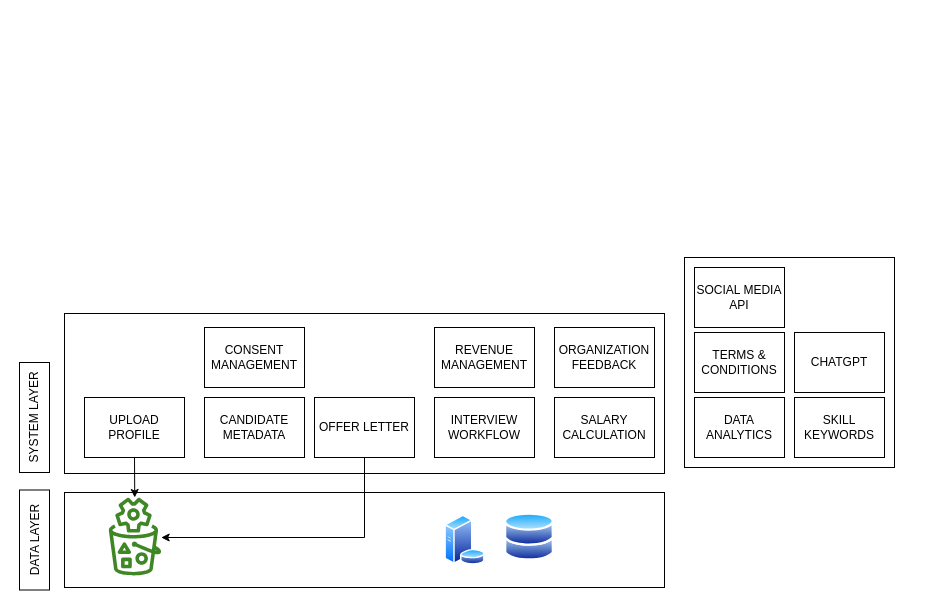
Above: src/main/resources/interview_workflow.drawio in arijit-chaudhury/demo (draw.io), before the change. Source tidied: cells renumbered, new cells numbered last; positions are measured from the earlier drawing's top-left corner, leaving out a move shared by most shapes. Both pictures are drawn from the tidied source at 100%, with x=0, y=0 at pixel (-21, 257).
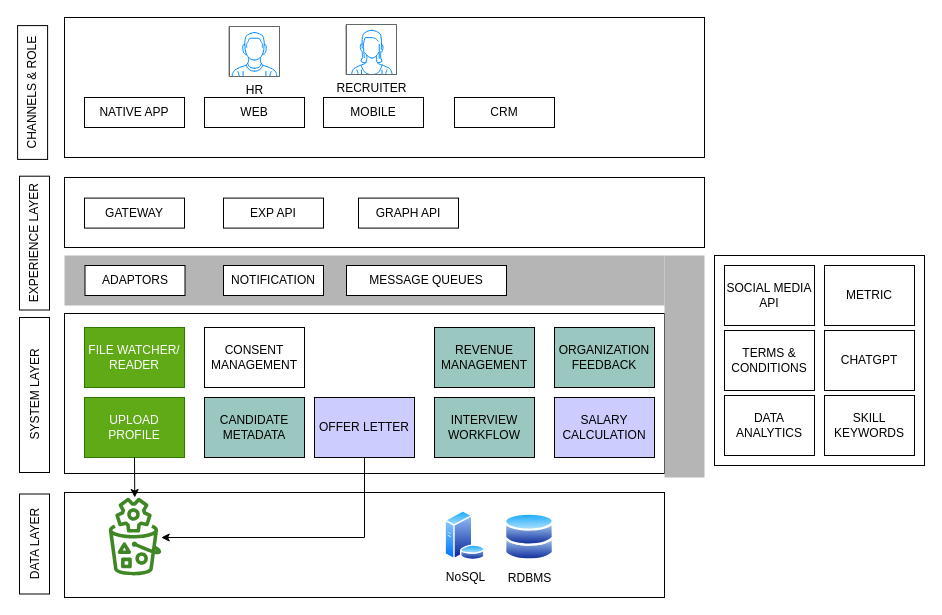
Above is the later version.

What changed in the source:
```diff
@@
     <mxCell id="2" style="rounded=0;whiteSpace=wrap;html=1;fillColor=none;" parent="1" vertex="1">
-      <mxGeometry x="705" width="210" height="210" as="geometry" />
+      <mxGeometry x="735" y="-2" width="210" height="210" as="geometry" />
     </mxCell>
     <mxCell id="3" style="rounded=0;whiteSpace=wrap;html=1;fillColor=none;" parent="1" vertex="1">
-      <mxGeometry x="85" y="235" width="600" height="95" as="geometry" />
+      <mxGeometry x="85" y="235" width="600" height="105" as="geometry" />
     </mxCell>
@@
     <mxCell id="5" value="SYSTEM LAYER" style="rounded=0;whiteSpace=wrap;html=1;rotation=-90;" parent="1" vertex="1">
-      <mxGeometry y="145" width="110" height="30" as="geometry" />
+      <mxGeometry x="-22.5" y="122.5" width="155" height="30" as="geometry" />
     </mxCell>
-    <mxCell id="6" value="UPLOAD PROFILE" style="rounded=0;whiteSpace=wrap;html=1;" parent="1" vertex="1">
+    <mxCell id="6" value="UPLOAD PROFILE" style="rounded=0;whiteSpace=wrap;html=1;fillColor=#60a917;fontColor=#ffffff;strokeColor=#2D7600;" parent="1" vertex="1">
       <mxGeometry x="105" y="140" width="100" height="60" as="geometry" />
     </mxCell>
@@
-    <mxCell id="9" value="INTERVIEW WORKFLOW" style="rounded=0;whiteSpace=wrap;html=1;" parent="1" vertex="1">
+    <mxCell id="9" value="&lt;span style=&quot;background-color: rgb(154, 199, 191);&quot;&gt;INTERVIEW WORKFLOW&lt;/span&gt;" style="rounded=0;whiteSpace=wrap;html=1;fillColor=#9AC7BF;" parent="1" vertex="1">
       <mxGeometry x="455" y="140" width="100" height="60" as="geometry" />
     </mxCell>
@@
-    <mxCell id="11" value="OFFER LETTER" style="rounded=0;whiteSpace=wrap;html=1;" parent="1" vertex="1">
+    <mxCell id="11" value="OFFER LETTER" style="rounded=0;whiteSpace=wrap;html=1;fillColor=#CCCCFF;" parent="1" vertex="1">
       <mxGeometry x="335" y="140" width="100" height="60" as="geometry" />
     </mxCell>
-    <mxCell id="12" value="SALARY CALCULATION" style="rounded=0;whiteSpace=wrap;html=1;" parent="1" vertex="1">
+    <mxCell id="12" value="SALARY CALCULATION" style="rounded=0;whiteSpace=wrap;html=1;fillColor=#CCCCFF;" parent="1" vertex="1">
       <mxGeometry x="575" y="140" width="100" height="60" as="geometry" />
     </mxCell>
-    <mxCell id="13" style="image;perimeter=ellipsePerimeter;html=1;align=center;shadow=0;dashed=0;spacingTop=3;image=img/lib/active_directory/database_server.svg;" parent="1" vertex="1">
-      <mxGeometry x="465" y="257.5" width="41" height="50" as="geometry" />
+    <mxCell id="13" value="NoSQL" style="image;perimeter=ellipsePerimeter;html=1;align=center;shadow=0;dashed=0;spacingTop=3;image=img/lib/active_directory/database_server.svg;" parent="1" vertex="1">
+      <mxGeometry x="465" y="253" width="41" height="50" as="geometry" />
     </mxCell>
-    <mxCell id="14" style="image;perimeter=ellipsePerimeter;html=1;align=center;shadow=0;dashed=0;spacingTop=3;image=img/lib/active_directory/databases.svg;" parent="1" vertex="1">
+    <mxCell id="14" value="RDBMS" style="image;perimeter=ellipsePerimeter;html=1;align=center;shadow=0;dashed=0;spacingTop=3;image=img/lib/active_directory/databases.svg;" parent="1" vertex="1">
       <mxGeometry x="525" y="255" width="50" height="49" as="geometry" />
     </mxCell>
     <mxCell id="15" value="DATA LAYER" style="rounded=0;whiteSpace=wrap;html=1;rotation=-90;" parent="1" vertex="1">
-      <mxGeometry x="5" y="267.5" width="100" height="30" as="geometry" />
+      <mxGeometry x="5" y="271.5" width="100" height="30" as="geometry" />
     </mxCell>
     <mxCell id="16" value="DATA ANALYTICS" style="rounded=0;whiteSpace=wrap;html=1;" parent="1" vertex="1">
-      <mxGeometry x="715" y="140" width="90" height="60" as="geometry" />
+      <mxGeometry x="745" y="138" width="90" height="60" as="geometry" />
     </mxCell>
     <mxCell id="17" value="SKILL KEYWORDS" style="rounded=0;whiteSpace=wrap;html=1;" parent="1" vertex="1">
-      <mxGeometry x="815" y="140" width="90" height="60" as="geometry" />
+      <mxGeometry x="845" y="138" width="90" height="60" as="geometry" />
     </mxCell>
     <mxCell id="18" value="TERMS &amp;amp; CONDITIONS" style="rounded=0;whiteSpace=wrap;html=1;" parent="1" vertex="1">
-      <mxGeometry x="715" y="75" width="90" height="60" as="geometry" />
+      <mxGeometry x="745" y="73" width="90" height="60" as="geometry" />
     </mxCell>
-    <mxCell id="19" value="CANDIDATE METADATA" style="rounded=0;whiteSpace=wrap;html=1;" parent="1" vertex="1">
+    <mxCell id="19" value="CANDIDATE METADATA" style="rounded=0;whiteSpace=wrap;html=1;fillColor=#9AC7BF;" parent="1" vertex="1">
       <mxGeometry x="225" y="140" width="100" height="60" as="geometry" />
     </mxCell>
     <mxCell id="20" value="SOCIAL MEDIA API" style="rounded=0;whiteSpace=wrap;html=1;" parent="1" vertex="1">
-      <mxGeometry x="715" y="10" width="90" height="60" as="geometry" />
+      <mxGeometry x="745" y="8" width="90" height="60" as="geometry" />
     </mxCell>
@@
     <mxCell id="22" value="CHATGPT" style="rounded=0;whiteSpace=wrap;html=1;" parent="1" vertex="1">
-      <mxGeometry x="815" y="75" width="90" height="60" as="geometry" />
+      <mxGeometry x="845" y="73" width="90" height="60" as="geometry" />
     </mxCell>
-    <mxCell id="23" value="ORGANIZATION FEEDBACK" style="rounded=0;whiteSpace=wrap;html=1;" parent="1" vertex="1">
+    <mxCell id="23" value="ORGANIZATION FEEDBACK" style="rounded=0;whiteSpace=wrap;html=1;fillColor=#9AC7BF;" parent="1" vertex="1">
       <mxGeometry x="575" y="70" width="100" height="60" as="geometry" />
     </mxCell>
-    <mxCell id="24" value="REVENUE MANAGEMENT" style="rounded=0;whiteSpace=wrap;html=1;" parent="1" vertex="1">
+    <mxCell id="24" value="REVENUE MANAGEMENT" style="rounded=0;whiteSpace=wrap;html=1;fillColor=#9AC7BF;" parent="1" vertex="1">
       <mxGeometry x="455" y="70" width="100" height="60" as="geometry" />
     </mxCell>
+    <mxCell id="25" style="rounded=0;whiteSpace=wrap;html=1;fillColor=#B5B5B5;strokeColor=none;" parent="1" vertex="1">
+      <mxGeometry x="85" y="-2" width="600" height="50" as="geometry" />
+    </mxCell>
+    <mxCell id="26" value="FILE WATCHER/ READER" style="rounded=0;whiteSpace=wrap;html=1;fillColor=#60a917;fontColor=#ffffff;strokeColor=#2D7600;" parent="1" vertex="1">
+      <mxGeometry x="105" y="70" width="100" height="60" as="geometry" />
+    </mxCell>
+    <mxCell id="27" value="METRIC" style="rounded=0;whiteSpace=wrap;html=1;" parent="1" vertex="1">
+      <mxGeometry x="845" y="8" width="90" height="60" as="geometry" />
+    </mxCell>
+    <mxCell id="28" value="&lt;font color=&quot;#000000&quot;&gt;ADAPTORS&lt;/font&gt;" style="rounded=0;whiteSpace=wrap;html=1;fillColor=#FFFFFF;fontColor=#ffffff;strokeColor=#000000;" parent="1" vertex="1">
+      <mxGeometry x="105.5" y="8" width="100" height="30" as="geometry" />
+    </mxCell>
+    <mxCell id="29" value="&lt;font color=&quot;#000000&quot;&gt;NOTIFICATION&lt;/font&gt;" style="rounded=0;whiteSpace=wrap;html=1;fillColor=#FFFFFF;fontColor=#ffffff;strokeColor=#000000;" parent="1" vertex="1">
+      <mxGeometry x="244" y="8" width="100" height="30" as="geometry" />
+    </mxCell>
+    <mxCell id="30" value="&lt;font color=&quot;#000000&quot;&gt;MESSAGE QUEUES&lt;/font&gt;" style="rounded=0;whiteSpace=wrap;html=1;fillColor=#FFFFFF;fontColor=#ffffff;strokeColor=#000000;" parent="1" vertex="1">
+      <mxGeometry x="367" y="8" width="160" height="30" as="geometry" />
+    </mxCell>
+    <mxCell id="31" style="rounded=0;whiteSpace=wrap;html=1;fillColor=#B5B5B5;strokeColor=none;" parent="1" vertex="1">
+      <mxGeometry x="685" y="-2" width="40" height="222" as="geometry" />
+    </mxCell>
+    <mxCell id="32" style="rounded=0;whiteSpace=wrap;html=1;fillColor=none;" parent="1" vertex="1">
+      <mxGeometry x="85" y="-80" width="640" height="70" as="geometry" />
+    </mxCell>
+    <mxCell id="33" value="EXPERIENCE LAYER" style="rounded=0;whiteSpace=wrap;html=1;rotation=-90;" parent="1" vertex="1">
+      <mxGeometry x="-11.9" y="-29.4" width="133.8" height="30" as="geometry" />
+    </mxCell>
+    <mxCell id="34" value="&lt;font color=&quot;#000000&quot;&gt;GATEWAY&lt;/font&gt;" style="rounded=0;whiteSpace=wrap;html=1;fillColor=#FFFFFF;fontColor=#ffffff;strokeColor=#000000;" parent="1" vertex="1">
+      <mxGeometry x="105" y="-59.4" width="100" height="30" as="geometry" />
+    </mxCell>
+    <mxCell id="35" value="&lt;font color=&quot;#000000&quot;&gt;EXP API&lt;/font&gt;" style="rounded=0;whiteSpace=wrap;html=1;fillColor=#FFFFFF;fontColor=#ffffff;strokeColor=#000000;" parent="1" vertex="1">
+      <mxGeometry x="244" y="-59.4" width="100" height="30" as="geometry" />
+    </mxCell>
+    <mxCell id="36" value="&lt;font color=&quot;#000000&quot;&gt;GRAPH API&lt;/font&gt;" style="rounded=0;whiteSpace=wrap;html=1;fillColor=#FFFFFF;fontColor=#ffffff;strokeColor=#000000;" parent="1" vertex="1">
+      <mxGeometry x="379" y="-59.4" width="100" height="30" as="geometry" />
+    </mxCell>
+    <mxCell id="37" style="rounded=0;whiteSpace=wrap;html=1;fillColor=none;" parent="1" vertex="1">
+      <mxGeometry x="85" y="-240" width="640" height="140" as="geometry" />
+    </mxCell>
+    <mxCell id="38" value="CHANNELS &amp;amp; ROLE" style="rounded=0;whiteSpace=wrap;html=1;rotation=-90;" parent="1" vertex="1">
+      <mxGeometry x="-13.8" y="-180" width="133.8" height="30" as="geometry" />
+    </mxCell>
+    <mxCell id="39" value="&lt;font color=&quot;#000000&quot;&gt;NATIVE APP&lt;/font&gt;" style="rounded=0;whiteSpace=wrap;html=1;fillColor=#FFFFFF;fontColor=#ffffff;strokeColor=#000000;" parent="1" vertex="1">
+      <mxGeometry x="105" y="-160" width="100" height="30" as="geometry" />
+    </mxCell>
+    <mxCell id="40" value="&lt;font color=&quot;#000000&quot;&gt;WEB&lt;/font&gt;" style="rounded=0;whiteSpace=wrap;html=1;fillColor=#FFFFFF;fontColor=#ffffff;strokeColor=#000000;" parent="1" vertex="1">
+      <mxGeometry x="225" y="-160" width="100" height="30" as="geometry" />
+    </mxCell>
+    <mxCell id="41" value="&lt;font color=&quot;#000000&quot;&gt;MOBILE&lt;/font&gt;" style="rounded=0;whiteSpace=wrap;html=1;fillColor=#FFFFFF;fontColor=#ffffff;strokeColor=#000000;" parent="1" vertex="1">
+      <mxGeometry x="344" y="-160" width="100" height="30" as="geometry" />
+    </mxCell>
+    <mxCell id="42" value="&lt;font color=&quot;#000000&quot;&gt;CRM&lt;/font&gt;" style="rounded=0;whiteSpace=wrap;html=1;fillColor=#FFFFFF;fontColor=#ffffff;strokeColor=#000000;" parent="1" vertex="1">
+      <mxGeometry x="475" y="-160" width="100" height="30" as="geometry" />
+    </mxCell>
+    <mxCell id="43" value="HR" style="verticalLabelPosition=bottom;shadow=0;dashed=0;align=center;html=1;verticalAlign=top;strokeWidth=1;shape=mxgraph.mockup.containers.userMale;strokeColor=#666666;strokeColor2=#008cff;" parent="1" vertex="1">
+      <mxGeometry x="250" y="-231" width="50" height="50" as="geometry" />
+    </mxCell>
+    <mxCell id="44" value="RECRUITER" style="verticalLabelPosition=bottom;shadow=0;dashed=0;align=center;html=1;verticalAlign=top;strokeWidth=1;shape=mxgraph.mockup.containers.userFemale;strokeColor=#666666;strokeColor2=#008cff;" parent="1" vertex="1">
+      <mxGeometry x="367" y="-233" width="50" height="50" as="geometry" />
+    </mxCell>
```
